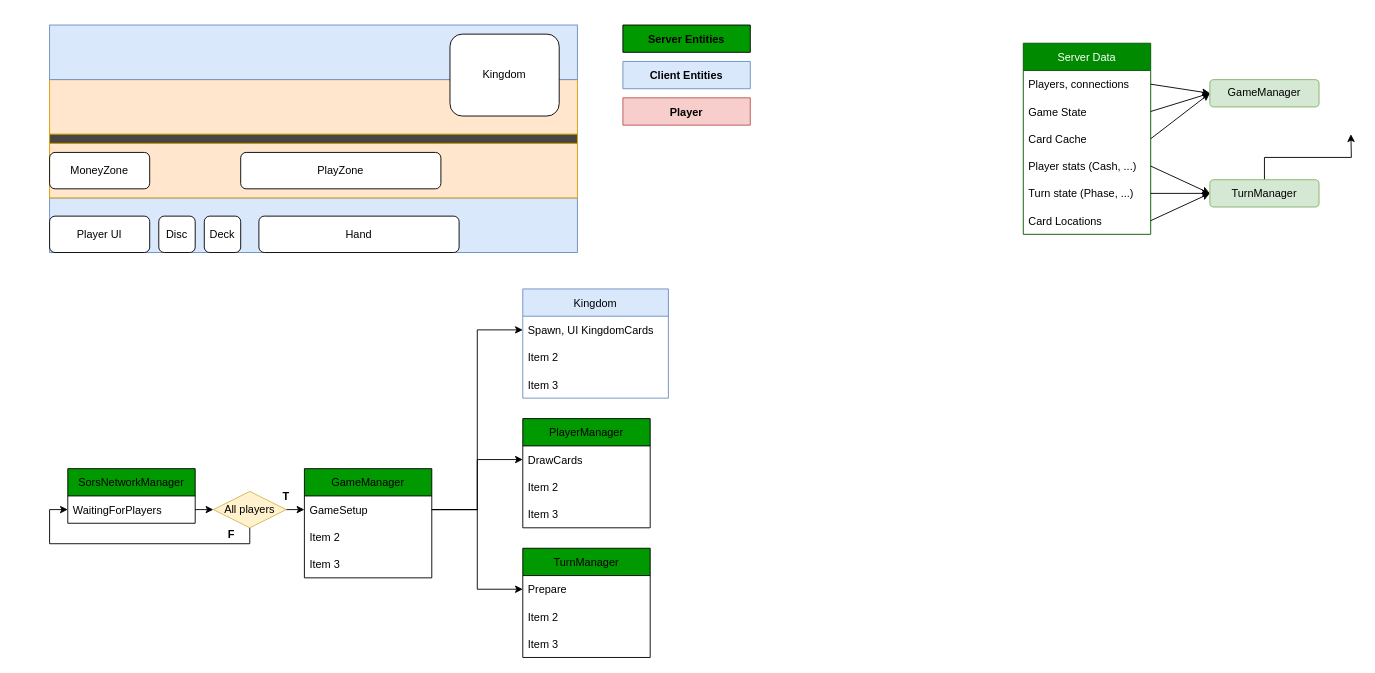
The draw.io diagram page "Overview" (1 of 5) of ProgramSchema.drawio in MattW0/Sors, before the edit. Source tidied: cells renumbered, new cells numbered last; positions are measured from the earlier drawing's top-left corner, leaving out a move shared by most shapes. Both pictures are drawn from the tidied source at 91%, with x=0, y=0 at pixel (49, 25).
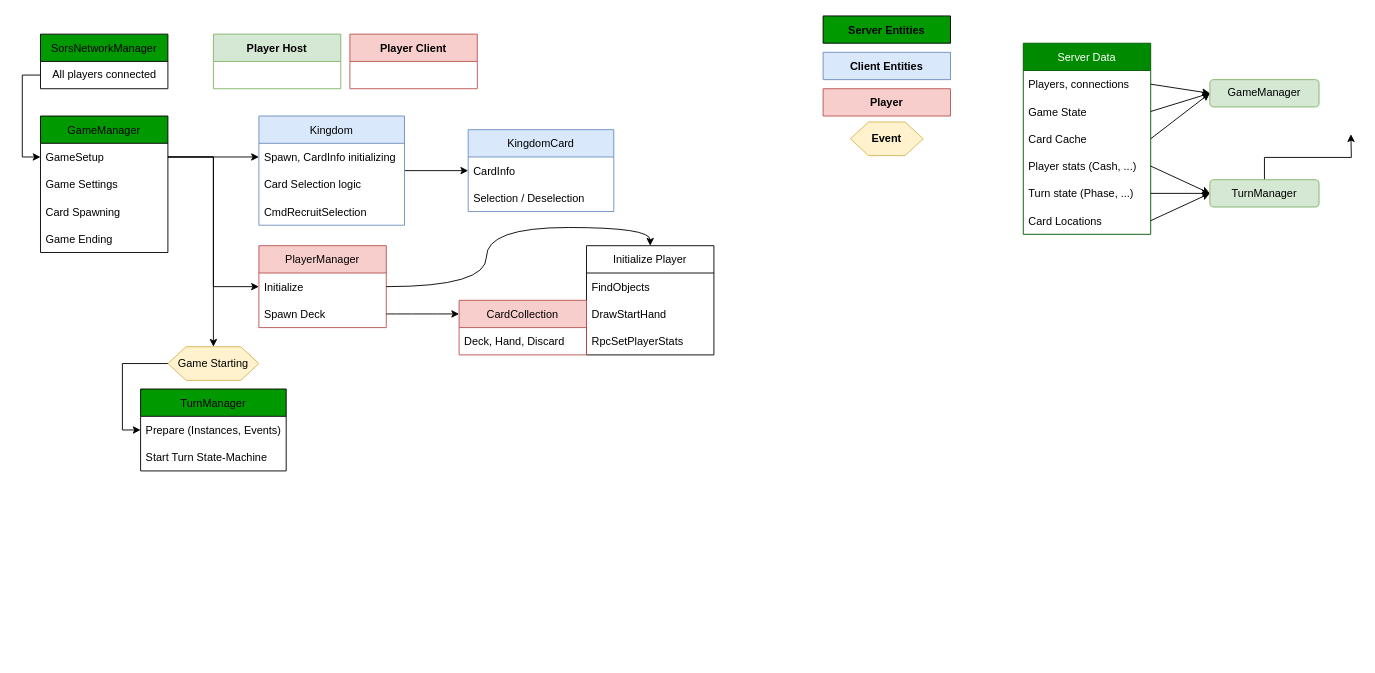
The same diagram, later.

The edit, as a diff of the source:
```diff
@@
-    <mxCell id="2" style="group;" parent="1" vertex="1">
-      <mxGeometry width="580" height="250" as="geometry" />
-    </mxCell>
-    <mxCell id="3" style="rounded=0;whiteSpace=wrap;html=1;fillColor=#dae8fc;strokeColor=#6c8ebf;" parent="2" vertex="1">
-      <mxGeometry y="190" width="580" height="60" as="geometry" />
-    </mxCell>
-    <mxCell id="4" style="rounded=0;whiteSpace=wrap;html=1;fillColor=#ffe6cc;strokeColor=#d79b00;" parent="2" vertex="1">
-      <mxGeometry y="130" width="580" height="60" as="geometry" />
-    </mxCell>
-    <mxCell id="5" style="rounded=0;whiteSpace=wrap;html=1;fillColor=#ffe6cc;strokeColor=#d79b00;" parent="2" vertex="1">
-      <mxGeometry y="60" width="580" height="60" as="geometry" />
-    </mxCell>
-    <mxCell id="6" style="rounded=0;whiteSpace=wrap;html=1;fillColor=#454545;strokeColor=#d79b00;" parent="2" vertex="1">
-      <mxGeometry y="120" width="580" height="10" as="geometry" />
-    </mxCell>
-    <mxCell id="7" style="rounded=0;whiteSpace=wrap;html=1;fillColor=#dae8fc;strokeColor=#6c8ebf;" parent="2" vertex="1">
-      <mxGeometry width="580" height="60" as="geometry" />
-    </mxCell>
-    <mxCell id="8" value="Hand" style="rounded=1;whiteSpace=wrap;html=1;" parent="2" vertex="1">
-      <mxGeometry x="230" y="210" width="220" height="40" as="geometry" />
-    </mxCell>
-    <mxCell id="9" value="Player UI" style="rounded=1;whiteSpace=wrap;html=1;" parent="2" vertex="1">
-      <mxGeometry y="210" width="110" height="40" as="geometry" />
-    </mxCell>
-    <mxCell id="10" value="Disc" style="rounded=1;whiteSpace=wrap;html=1;" parent="2" vertex="1">
-      <mxGeometry x="120" y="210" width="40" height="40" as="geometry" />
-    </mxCell>
-    <mxCell id="11" value="Deck" style="rounded=1;whiteSpace=wrap;html=1;" parent="2" vertex="1">
-      <mxGeometry x="170" y="210" width="40" height="40" as="geometry" />
-    </mxCell>
-    <mxCell id="12" value="PlayZone" style="rounded=1;whiteSpace=wrap;html=1;" parent="2" vertex="1">
-      <mxGeometry x="210" y="140" width="220" height="40" as="geometry" />
-    </mxCell>
-    <mxCell id="13" value="MoneyZone" style="rounded=1;whiteSpace=wrap;html=1;" parent="2" vertex="1">
-      <mxGeometry y="140" width="110" height="40" as="geometry" />
-    </mxCell>
-    <mxCell id="14" value="Kingdom" style="rounded=1;whiteSpace=wrap;html=1;" parent="2" vertex="1">
-      <mxGeometry x="440" y="10" width="120" height="90" as="geometry" />
-    </mxCell>
     <mxCell id="15" style="group;" parent="1" vertex="1">
-      <mxGeometry x="630" width="140" height="110" as="geometry" />
+      <mxGeometry x="850" y="-10" width="140" height="110" as="geometry" />
     </mxCell>
@@
-    <mxCell id="19" style="group;" parent="1" vertex="1">
-      <mxGeometry y="290" width="680" height="405" as="geometry" />
-    </mxCell>
-    <mxCell id="20" value="GameManager" style="swimlane;fontStyle=0;horizontal=1;startSize=30;fillColor=#009900;" parent="19" vertex="1">
-      <mxGeometry x="280" y="197.5" width="140" height="120" as="geometry" />
-    </mxCell>
-    <mxCell id="21" value="GameSetup" style="text;strokeColor=none;fillColor=none;align=left;verticalAlign=middle;spacingLeft=4;spacingRight=4;overflow=hidden;points=[[0,0.5],[1,0.5]];portConstraint=eastwest;" parent="20" vertex="1">
-      <mxGeometry y="30" width="140" height="30" as="geometry" />
-    </mxCell>
-    <mxCell id="22" value="Item 2" style="text;strokeColor=none;fillColor=none;align=left;verticalAlign=middle;spacingLeft=4;spacingRight=4;overflow=hidden;" parent="20" vertex="1">
-      <mxGeometry y="60" width="140" height="30" as="geometry" />
-    </mxCell>
-    <mxCell id="23" value="Item 3" style="text;strokeColor=none;fillColor=none;align=left;verticalAlign=middle;spacingLeft=4;spacingRight=4;overflow=hidden;" parent="20" vertex="1">
-      <mxGeometry y="90" width="140" height="30" as="geometry" />
-    </mxCell>
-    <mxCell id="24" value="TurnManager" style="swimlane;fontStyle=0;horizontal=1;startSize=30;fillColor=#009900;" parent="19" vertex="1">
-      <mxGeometry x="520" y="285" width="140" height="120" as="geometry" />
-    </mxCell>
-    <mxCell id="25" value="Prepare" style="text;strokeColor=none;fillColor=none;align=left;verticalAlign=middle;spacingLeft=4;spacingRight=4;overflow=hidden;points=[[0,0.5],[1,0.5]];portConstraint=eastwest;" parent="24" vertex="1">
-      <mxGeometry y="30" width="140" height="30" as="geometry" />
-    </mxCell>
-    <mxCell id="26" value="Item 2" style="text;strokeColor=none;fillColor=none;align=left;verticalAlign=middle;spacingLeft=4;spacingRight=4;overflow=hidden;" parent="24" vertex="1">
-      <mxGeometry y="60" width="140" height="30" as="geometry" />
-    </mxCell>
-    <mxCell id="27" value="Item 3" style="text;strokeColor=none;fillColor=none;align=left;verticalAlign=middle;spacingLeft=4;spacingRight=4;overflow=hidden;" parent="24" vertex="1">
-      <mxGeometry y="90" width="140" height="30" as="geometry" />
-    </mxCell>
-    <mxCell id="28" value="Kingdom" style="swimlane;fontStyle=0;horizontal=1;startSize=30;fillColor=#dae8fc;strokeColor=#6c8ebf;" parent="19" vertex="1">
-      <mxGeometry x="520" width="160" height="120" as="geometry" />
-    </mxCell>
-    <mxCell id="29" value="Spawn, UI KingdomCards " style="text;strokeColor=none;fillColor=none;align=left;verticalAlign=middle;spacingLeft=4;spacingRight=4;overflow=hidden;points=[[0,0.5],[1,0.5]];portConstraint=eastwest;" parent="28" vertex="1">
-      <mxGeometry y="30" width="160" height="30" as="geometry" />
-    </mxCell>
-    <mxCell id="30" value="Item 2" style="text;strokeColor=none;fillColor=none;align=left;verticalAlign=middle;spacingLeft=4;spacingRight=4;overflow=hidden;" parent="28" vertex="1">
-      <mxGeometry y="60" width="160" height="30" as="geometry" />
-    </mxCell>
-    <mxCell id="31" value="Item 3" style="text;strokeColor=none;fillColor=none;align=left;verticalAlign=middle;spacingLeft=4;spacingRight=4;overflow=hidden;" parent="28" vertex="1">
-      <mxGeometry y="90" width="160" height="30" as="geometry" />
-    </mxCell>
-    <mxCell id="32" value="SorsNetworkManager" style="swimlane;fontStyle=0;horizontal=1;startSize=30;fillColor=#009900;" parent="19" vertex="1">
-      <mxGeometry x="20" y="197.5" width="140" height="60" as="geometry" />
-    </mxCell>
-    <mxCell id="33" value="WaitingForPlayers" style="text;strokeColor=none;fillColor=none;align=left;verticalAlign=middle;spacingLeft=4;spacingRight=4;overflow=hidden;points=[[0,0.5],[1,0.5]];portConstraint=eastwest;" parent="32" vertex="1">
-      <mxGeometry y="30" width="140" height="30" as="geometry" />
-    </mxCell>
-    <mxCell id="34" style="edgeStyle=orthogonalEdgeStyle;rounded=0;jettySize=auto;html=1;exitX=0.5;exitY=1;exitDx=0;exitDy=0;entryX=0;entryY=0.5;entryDx=0;entryDy=0;" parent="19" edge="1" source="36" target="33">
-      <mxGeometry relative="1" as="geometry">
-        <Array as="points">
-          <mxPoint x="220" y="280" />
-          <mxPoint y="280" />
-          <mxPoint y="242" />
-        </Array>
-      </mxGeometry>
-    </mxCell>
-    <mxCell id="35" style="edgeStyle=orthogonalEdgeStyle;rounded=0;jettySize=auto;html=1;exitX=1;exitY=0.5;exitDx=0;exitDy=0;entryX=0;entryY=0.5;entryDx=0;entryDy=0;" parent="19" edge="1" source="36" target="21">
-      <mxGeometry relative="1" as="geometry" />
-    </mxCell>
-    <mxCell id="36" value="All players" style="rhombus;whiteSpace=wrap;html=1;fillColor=#fff2cc;strokeColor=#d6b656;" parent="19" vertex="1">
-      <mxGeometry x="180" y="222.5" width="80" height="40" as="geometry" />
-    </mxCell>
-    <mxCell id="37" style="edgeStyle=orthogonalEdgeStyle;rounded=0;jettySize=auto;html=1;exitX=1;exitY=0.5;exitDx=0;exitDy=0;entryX=0;entryY=0.5;entryDx=0;entryDy=0;" parent="19" edge="1" source="33" target="36">
-      <mxGeometry relative="1" as="geometry" />
-    </mxCell>
-    <mxCell id="38" value="&lt;b&gt;T&lt;/b&gt;" style="text;html=1;strokeColor=none;fillColor=none;align=center;verticalAlign=middle;whiteSpace=wrap;rounded=0;" parent="19" vertex="1">
-      <mxGeometry x="230" y="212.5" width="60" height="30" as="geometry" />
-    </mxCell>
-    <mxCell id="39" value="&lt;b&gt;F&lt;/b&gt;" style="text;html=1;strokeColor=none;fillColor=none;align=center;verticalAlign=middle;whiteSpace=wrap;rounded=0;" parent="19" vertex="1">
-      <mxGeometry x="170" y="255" width="60" height="30" as="geometry" />
-    </mxCell>
-    <mxCell id="40" style="edgeStyle=orthogonalEdgeStyle;rounded=0;jettySize=auto;html=1;exitX=1;exitY=0.5;exitDx=0;exitDy=0;entryX=0;entryY=0.5;entryDx=0;entryDy=0;" parent="19" edge="1" source="21" target="25">
-      <mxGeometry relative="1" as="geometry" />
-    </mxCell>
-    <mxCell id="41" style="edgeStyle=orthogonalEdgeStyle;rounded=0;jettySize=auto;html=1;exitX=1;exitY=0.5;exitDx=0;exitDy=0;entryX=0;entryY=0.5;entryDx=0;entryDy=0;" parent="19" edge="1" source="21" target="29">
-      <mxGeometry relative="1" as="geometry" />
-    </mxCell>
-    <mxCell id="42" value="PlayerManager" style="swimlane;fontStyle=0;horizontal=1;startSize=30;fillColor=#009900;" parent="19" vertex="1">
-      <mxGeometry x="520" y="142.5" width="140" height="120" as="geometry" />
-    </mxCell>
-    <mxCell id="43" value="DrawCards" style="text;strokeColor=none;fillColor=none;align=left;verticalAlign=middle;spacingLeft=4;spacingRight=4;overflow=hidden;points=[[0,0.5],[1,0.5]];portConstraint=eastwest;" parent="42" vertex="1">
-      <mxGeometry y="30" width="140" height="30" as="geometry" />
-    </mxCell>
-    <mxCell id="44" value="Item 2" style="text;strokeColor=none;fillColor=none;align=left;verticalAlign=middle;spacingLeft=4;spacingRight=4;overflow=hidden;" parent="42" vertex="1">
-      <mxGeometry y="60" width="140" height="30" as="geometry" />
-    </mxCell>
-    <mxCell id="45" value="Item 3" style="text;strokeColor=none;fillColor=none;align=left;verticalAlign=middle;spacingLeft=4;spacingRight=4;overflow=hidden;" parent="42" vertex="1">
-      <mxGeometry y="90" width="140" height="30" as="geometry" />
-    </mxCell>
-    <mxCell id="46" style="edgeStyle=orthogonalEdgeStyle;rounded=0;jettySize=auto;html=1;exitX=1;exitY=0.5;exitDx=0;exitDy=0;entryX=0;entryY=0.5;entryDx=0;entryDy=0;" parent="19" edge="1" source="21" target="43">
-      <mxGeometry relative="1" as="geometry" />
-    </mxCell>
@@
+    <mxCell id="20" value="GameManager" style="swimlane;fontStyle=0;horizontal=1;startSize=30;fillColor=#009900;" parent="1" vertex="1">
+      <mxGeometry x="-10" y="100" width="140" height="150" as="geometry" />
+    </mxCell>
+    <mxCell id="21" value="GameSetup" style="text;strokeColor=none;fillColor=none;align=left;verticalAlign=middle;spacingLeft=4;spacingRight=4;overflow=hidden;points=[[0,0.5],[1,0.5]];portConstraint=eastwest;" parent="20" vertex="1">
+      <mxGeometry y="30" width="140" height="30" as="geometry" />
+    </mxCell>
+    <mxCell id="63" value="Game Settings" style="text;strokeColor=none;fillColor=none;align=left;verticalAlign=middle;spacingLeft=4;spacingRight=4;overflow=hidden;" parent="20" vertex="1">
+      <mxGeometry y="60" width="140" height="30" as="geometry" />
+    </mxCell>
+    <mxCell id="64" value="Card Spawning" style="text;strokeColor=none;fillColor=none;align=left;verticalAlign=middle;spacingLeft=4;spacingRight=4;overflow=hidden;" parent="20" vertex="1">
+      <mxGeometry y="90" width="140" height="30" as="geometry" />
+    </mxCell>
+    <mxCell id="22" value="Game Ending" style="text;strokeColor=none;fillColor=none;align=left;verticalAlign=middle;spacingLeft=4;spacingRight=4;overflow=hidden;" parent="20" vertex="1">
+      <mxGeometry y="120" width="140" height="30" as="geometry" />
+    </mxCell>
+    <mxCell id="24" value="TurnManager" style="swimlane;fontStyle=0;horizontal=1;startSize=30;fillColor=#009900;" parent="1" vertex="1">
+      <mxGeometry x="100" y="400" width="160" height="90" as="geometry" />
+    </mxCell>
+    <mxCell id="25" value="Prepare (Instances, Events)" style="text;strokeColor=none;fillColor=none;align=left;verticalAlign=middle;spacingLeft=4;spacingRight=4;overflow=hidden;points=[[0,0.5],[1,0.5]];portConstraint=eastwest;" parent="24" vertex="1">
+      <mxGeometry y="30" width="160" height="30" as="geometry" />
+    </mxCell>
+    <mxCell id="27" value="Start Turn State-Machine" style="text;strokeColor=none;fillColor=none;align=left;verticalAlign=middle;spacingLeft=4;spacingRight=4;overflow=hidden;" parent="24" vertex="1">
+      <mxGeometry y="60" width="160" height="30" as="geometry" />
+    </mxCell>
+    <mxCell id="65" style="edgeStyle=orthogonalEdgeStyle;rounded=0;jettySize=auto;html=1;" parent="1" edge="1" source="28" target="72">
+      <mxGeometry relative="1" as="geometry" />
+    </mxCell>
+    <mxCell id="28" value="Kingdom" style="swimlane;fontStyle=0;horizontal=1;startSize=30;fillColor=#dae8fc;strokeColor=#6c8ebf;" parent="1" vertex="1">
+      <mxGeometry x="230" y="100" width="160" height="120" as="geometry" />
+    </mxCell>
+    <mxCell id="29" value="Spawn, CardInfo initializing " style="text;strokeColor=none;fillColor=none;align=left;verticalAlign=middle;spacingLeft=4;spacingRight=4;overflow=hidden;points=[[0,0.5],[1,0.5]];portConstraint=eastwest;" parent="28" vertex="1">
+      <mxGeometry y="30" width="160" height="30" as="geometry" />
+    </mxCell>
+    <mxCell id="30" value="Card Selection logic" style="text;strokeColor=none;fillColor=none;align=left;verticalAlign=middle;spacingLeft=4;spacingRight=4;overflow=hidden;" parent="28" vertex="1">
+      <mxGeometry y="60" width="160" height="30" as="geometry" />
+    </mxCell>
+    <mxCell id="31" value="CmdRecruitSelection" style="text;strokeColor=none;fillColor=none;align=left;verticalAlign=middle;spacingLeft=4;spacingRight=4;overflow=hidden;" parent="28" vertex="1">
+      <mxGeometry y="90" width="160" height="30" as="geometry" />
+    </mxCell>
+    <mxCell id="66" style="edgeStyle=orthogonalEdgeStyle;rounded=0;jettySize=auto;html=1;exitX=0;exitY=0.75;exitDx=0;exitDy=0;entryX=0;entryY=0.5;entryDx=0;entryDy=0;" parent="1" edge="1" source="32" target="21">
+      <mxGeometry relative="1" as="geometry" />
+    </mxCell>
+    <mxCell id="32" value="SorsNetworkManager" style="swimlane;fontStyle=0;horizontal=1;startSize=30;fillColor=#009900;" parent="1" vertex="1">
+      <mxGeometry x="-10" y="10" width="140" height="60" as="geometry" />
+    </mxCell>
+    <mxCell id="67" value="All players connected" style="text;html=1;align=center;verticalAlign=middle;strokeColor=none;fillColor=none;" parent="32" vertex="1">
+      <mxGeometry y="30" width="140" height="30" as="geometry" />
+    </mxCell>
+    <mxCell id="41" style="edgeStyle=orthogonalEdgeStyle;rounded=0;jettySize=auto;html=1;exitX=1;exitY=0.5;exitDx=0;exitDy=0;entryX=0;entryY=0.5;entryDx=0;entryDy=0;" parent="1" edge="1" source="21" target="29">
+      <mxGeometry relative="1" as="geometry" />
+    </mxCell>
+    <mxCell id="42" value="PlayerManager" style="swimlane;fontStyle=0;horizontal=1;startSize=30;fillColor=#f8cecc;strokeColor=#b85450;" parent="1" vertex="1">
+      <mxGeometry x="230" y="242.5" width="140" height="90" as="geometry" />
+    </mxCell>
+    <mxCell id="68" value="Initialize" style="text;strokeColor=none;fillColor=none;align=left;verticalAlign=middle;spacingLeft=4;spacingRight=4;overflow=hidden;points=[[0,0.5],[1,0.5]];portConstraint=eastwest;" parent="42" vertex="1">
+      <mxGeometry y="30" width="140" height="30" as="geometry" />
+    </mxCell>
+    <mxCell id="69" value="Spawn Deck" style="text;strokeColor=none;fillColor=none;align=left;verticalAlign=middle;spacingLeft=4;spacingRight=4;overflow=hidden;points=[[0,0.5],[1,0.5]];portConstraint=eastwest;" parent="42" vertex="1">
+      <mxGeometry y="60" width="140" height="30" as="geometry" />
+    </mxCell>
+    <mxCell id="70" value="Player Host" style="swimlane;fontStyle=1;horizontal=1;startSize=30;fillColor=#d5e8d4;strokeColor=#82b366;" parent="1" vertex="1">
+      <mxGeometry x="180" y="10" width="140" height="60" as="geometry" />
+    </mxCell>
+    <mxCell id="71" value="Player Client" style="swimlane;fontStyle=1;horizontal=1;startSize=30;fillColor=#f8cecc;strokeColor=#b85450;" parent="1" vertex="1">
+      <mxGeometry x="330" y="10" width="140" height="60" as="geometry" />
+    </mxCell>
+    <mxCell id="72" value="KingdomCard" style="swimlane;fontStyle=0;horizontal=1;startSize=30;fillColor=#dae8fc;strokeColor=#6c8ebf;" parent="1" vertex="1">
+      <mxGeometry x="460" y="115" width="160" height="90" as="geometry" />
+    </mxCell>
+    <mxCell id="73" value="CardInfo" style="text;strokeColor=none;fillColor=none;align=left;verticalAlign=middle;spacingLeft=4;spacingRight=4;overflow=hidden;" parent="72" vertex="1">
+      <mxGeometry y="30" width="160" height="30" as="geometry" />
+    </mxCell>
+    <mxCell id="74" value="Selection / Deselection" style="text;strokeColor=none;fillColor=none;align=left;verticalAlign=middle;spacingLeft=4;spacingRight=4;overflow=hidden;" parent="72" vertex="1">
+      <mxGeometry y="60" width="160" height="30" as="geometry" />
+    </mxCell>
+    <mxCell id="75" value="Initialize Player" style="swimlane;fontStyle=0;horizontal=1;startSize=30;" parent="1" vertex="1">
+      <mxGeometry x="590" y="242.5" width="140" height="120" as="geometry" />
+    </mxCell>
+    <mxCell id="43" value="FindObjects" style="text;strokeColor=none;fillColor=none;align=left;verticalAlign=middle;spacingLeft=4;spacingRight=4;overflow=hidden;points=[[0,0.5],[1,0.5]];portConstraint=eastwest;" parent="75" vertex="1">
+      <mxGeometry y="30" width="140" height="30" as="geometry" />
+    </mxCell>
+    <mxCell id="45" value="DrawStartHand" style="text;strokeColor=none;fillColor=none;align=left;verticalAlign=middle;spacingLeft=4;spacingRight=4;overflow=hidden;" parent="75" vertex="1">
+      <mxGeometry y="60" width="140" height="30" as="geometry" />
+    </mxCell>
+    <mxCell id="44" value="RpcSetPlayerStats" style="text;strokeColor=none;fillColor=none;align=left;verticalAlign=middle;spacingLeft=4;spacingRight=4;overflow=hidden;" parent="75" vertex="1">
+      <mxGeometry y="90" width="140" height="30" as="geometry" />
+    </mxCell>
+    <mxCell id="76" style="edgeStyle=orthogonalEdgeStyle;rounded=0;jettySize=auto;html=1;exitX=1;exitY=0.5;exitDx=0;exitDy=0;entryX=0;entryY=0.5;entryDx=0;entryDy=0;" parent="1" edge="1" source="21" target="68">
+      <mxGeometry relative="1" as="geometry" />
+    </mxCell>
+    <mxCell id="77" style="edgeStyle=orthogonalEdgeStyle;rounded=0;jettySize=auto;html=1;exitX=1;exitY=0.5;exitDx=0;exitDy=0;entryX=0.5;entryY=0;entryDx=0;entryDy=0;elbow=vertical;curved=1;" parent="1" edge="1" source="68" target="75">
+      <mxGeometry relative="1" as="geometry" />
+    </mxCell>
+    <mxCell id="78" value="CardCollection" style="swimlane;fontStyle=0;horizontal=1;startSize=30;fillColor=#f8cecc;strokeColor=#b85450;" parent="1" vertex="1">
+      <mxGeometry x="450" y="302.5" width="140" height="60" as="geometry" />
+    </mxCell>
+    <mxCell id="79" value="Deck, Hand, Discard" style="text;strokeColor=none;fillColor=none;align=left;verticalAlign=middle;spacingLeft=4;spacingRight=4;overflow=hidden;" parent="78" vertex="1">
+      <mxGeometry y="30" width="140" height="30" as="geometry" />
+    </mxCell>
+    <mxCell id="80" style="edgeStyle=orthogonalEdgeStyle;curved=1;rounded=0;jettySize=auto;html=1;exitX=1;exitY=0.5;exitDx=0;exitDy=0;entryX=0;entryY=0.25;entryDx=0;entryDy=0;elbow=vertical;" parent="1" edge="1" source="69" target="78">
+      <mxGeometry relative="1" as="geometry" />
+    </mxCell>
+    <mxCell id="81" style="edgeStyle=orthogonalEdgeStyle;rounded=0;jettySize=auto;html=1;exitX=0;exitY=0.5;exitDx=0;exitDy=0;entryX=0;entryY=0.5;entryDx=0;entryDy=0;elbow=vertical;" parent="1" edge="1" source="82" target="25">
+      <mxGeometry relative="1" as="geometry">
+        <Array as="points">
+          <mxPoint x="80" y="372" />
+          <mxPoint x="80" y="445" />
+        </Array>
+      </mxGeometry>
+    </mxCell>
+    <mxCell id="82" value="Game Starting" style="shape=hexagon;perimeter=hexagonPerimeter2;whiteSpace=wrap;html=1;fixedSize=1;fillColor=#fff2cc;strokeColor=#d6b656;" parent="1" vertex="1">
+      <mxGeometry x="130" y="353.5" width="100" height="37" as="geometry" />
+    </mxCell>
+    <mxCell id="83" value="&lt;b&gt;Event&lt;/b&gt;" style="shape=hexagon;perimeter=hexagonPerimeter2;whiteSpace=wrap;html=1;fixedSize=1;fillColor=#fff2cc;strokeColor=#d6b656;" parent="1" vertex="1">
+      <mxGeometry x="880" y="106.5" width="80" height="37" as="geometry" />
+    </mxCell>
+    <mxCell id="84" style="edgeStyle=orthogonalEdgeStyle;rounded=0;jettySize=auto;html=1;exitX=1;exitY=0.5;exitDx=0;exitDy=0;entryX=0.5;entryY=0;entryDx=0;entryDy=0;elbow=vertical;" parent="1" edge="1" source="21" target="82">
+      <mxGeometry relative="1" as="geometry">
+        <Array as="points">
+          <mxPoint x="180" y="145" />
+        </Array>
+      </mxGeometry>
+    </mxCell>
```
